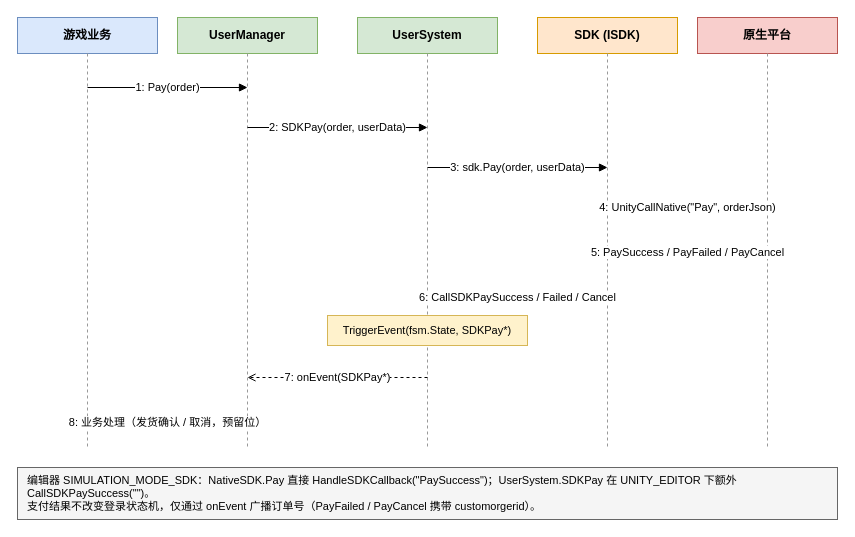
Earlier version of the draw.io diagram documents/diagrams/pay-sequence.drawio (gonglei007/GGFramework-GGUser). Source tidied: cells renumbered, new cells numbered last; positions are measured from the earlier drawing's top-left corner, leaving out a move shared by most shapes. Both pictures are drawn from the tidied source at 100%, with x=0, y=0 at pixel (17, 17).
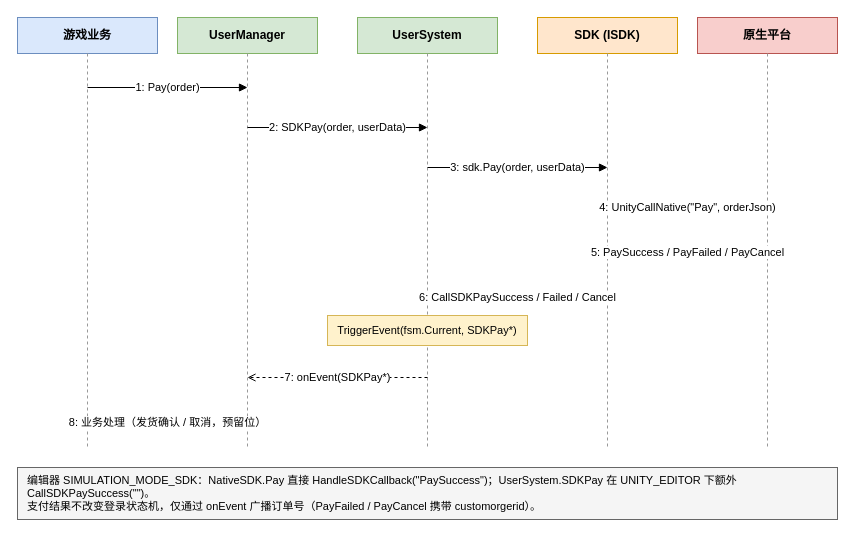
The same diagram, later.

The edit, as a diff of the source:
```diff
@@
-    <mxCell id="18" value="TriggerEvent(fsm.State, SDKPay*)" style="rounded=0;whiteSpace=wrap;html=1;fillColor=#fff2cc;strokeColor=#d6b656;fontSize=11;" parent="1" vertex="1">
+    <mxCell id="18" value="TriggerEvent(fsm.Current, SDKPay*)" style="rounded=0;whiteSpace=wrap;html=1;fillColor=#fff2cc;strokeColor=#d6b656;fontSize=11;" parent="1" vertex="1">
       <mxGeometry x="310" y="298" width="200" height="30" as="geometry" />
     </mxCell>
```
